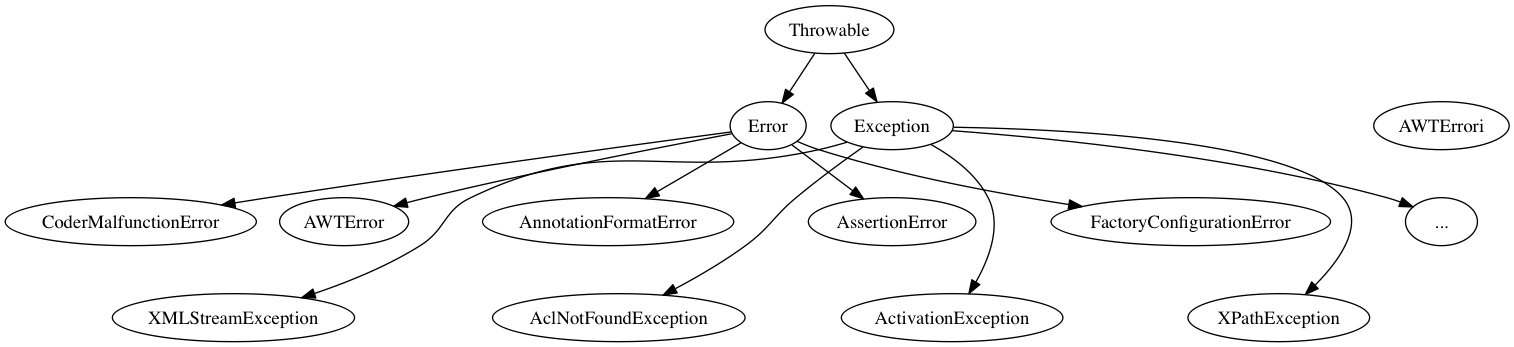
Earlier version of the Graphviz export report/exceptions.dot.png (mviitanen/ati-java-apprentice). Its source is kept beside it as report/exceptions.dot.
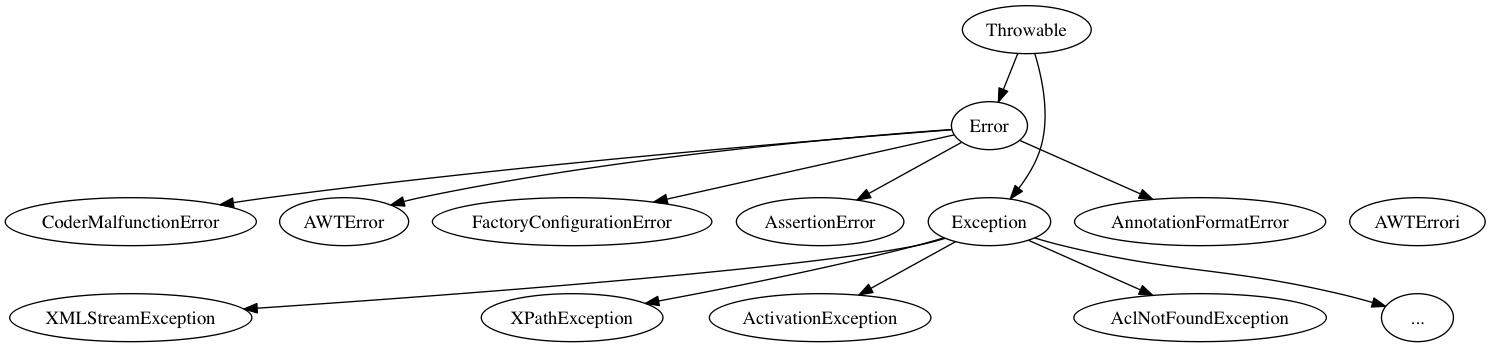
The same diagram one commit later.

Diff of the diagram source:
```diff
@@ -1,29 +1,13 @@
-digraph{
+digraph objectlifexcycle {
+node[group="checked"];
   Throwable[group=throwable] {rank = same;
+  Exception[group=errorexception]}
+node[group=unchecked];
   Error[group=errorexception];
-  Exception[group=errorexception]}
-
-
+node[group=""];
 
 Throwable-> Error [weight=2]
 Throwable-> Exception [weight=2]
-Error-> AnnotationFormatError
-Error-> AssertionError
-Error-> AWTError
-Error-> CoderMalfunctionError
-Error-> FactoryConfigurationError
+Bunc->Throwable
 
-Exception-> AclNotFoundException
-Exception-> ActivationException
-Exception-> "..."
-Exception-> XMLStreamException
-Exception-> XPathException
-
-edge[style=invis];
-Error -> Exception
-AnnotationFormatError->AclNotFoundException
-AssertionError->ActivationException
-AWTErrori->"..."
-CoderMalfunctionError->XMLStreamException
-FactoryConfigurationError->XPathException
 }
```
